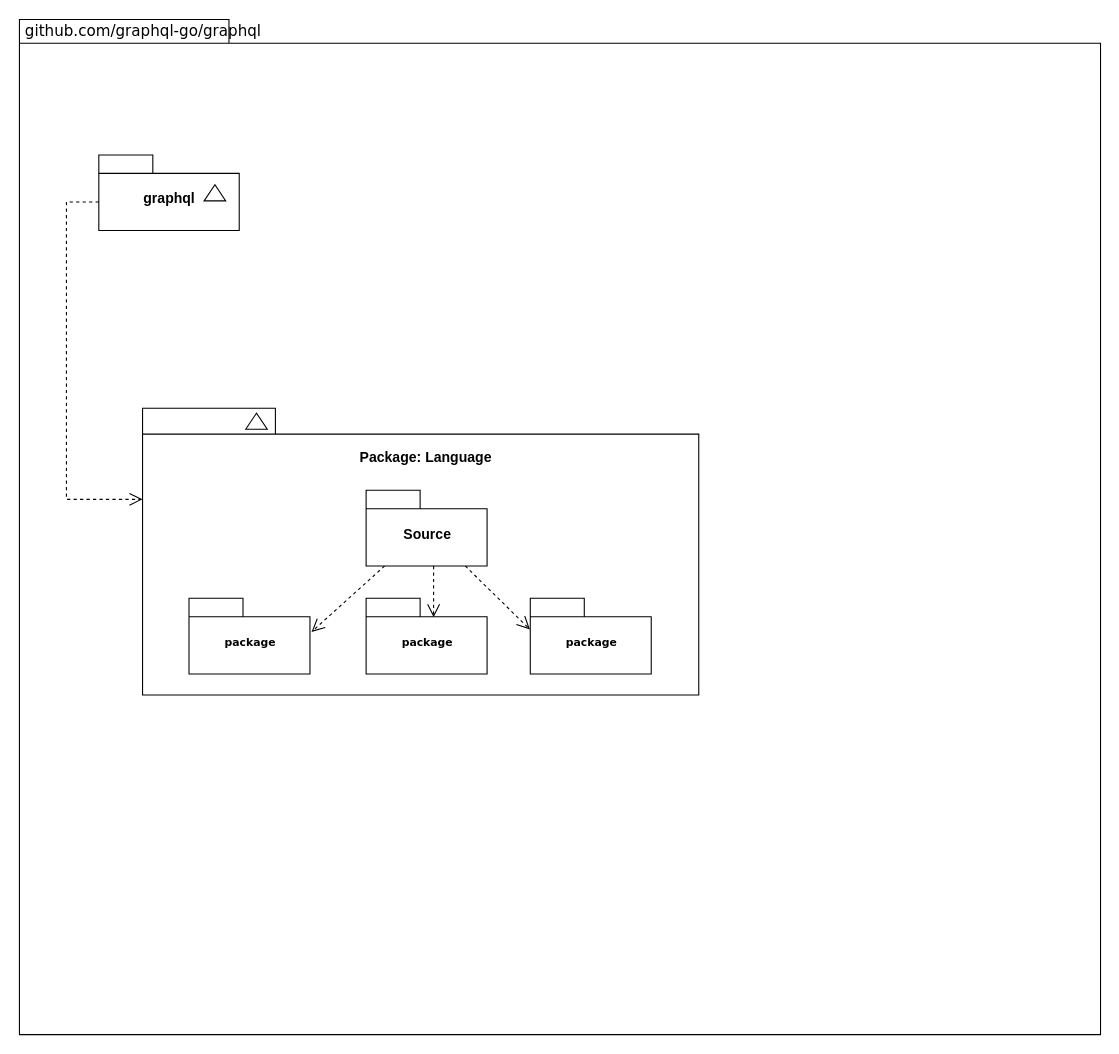
This is architecture/uml/packages/graphql-graphql-go-architecture-packages.drawio from chris-ramon/thesis-graphql-go, a draw.io file, before an edit. Source tidied: cells renumbered, new cells numbered last; positions are measured from the earlier drawing's top-left corner, leaving out a move shared by most shapes. Both pictures are drawn from the tidied source at 108%, with x=0, y=0 at pixel (18, 18).
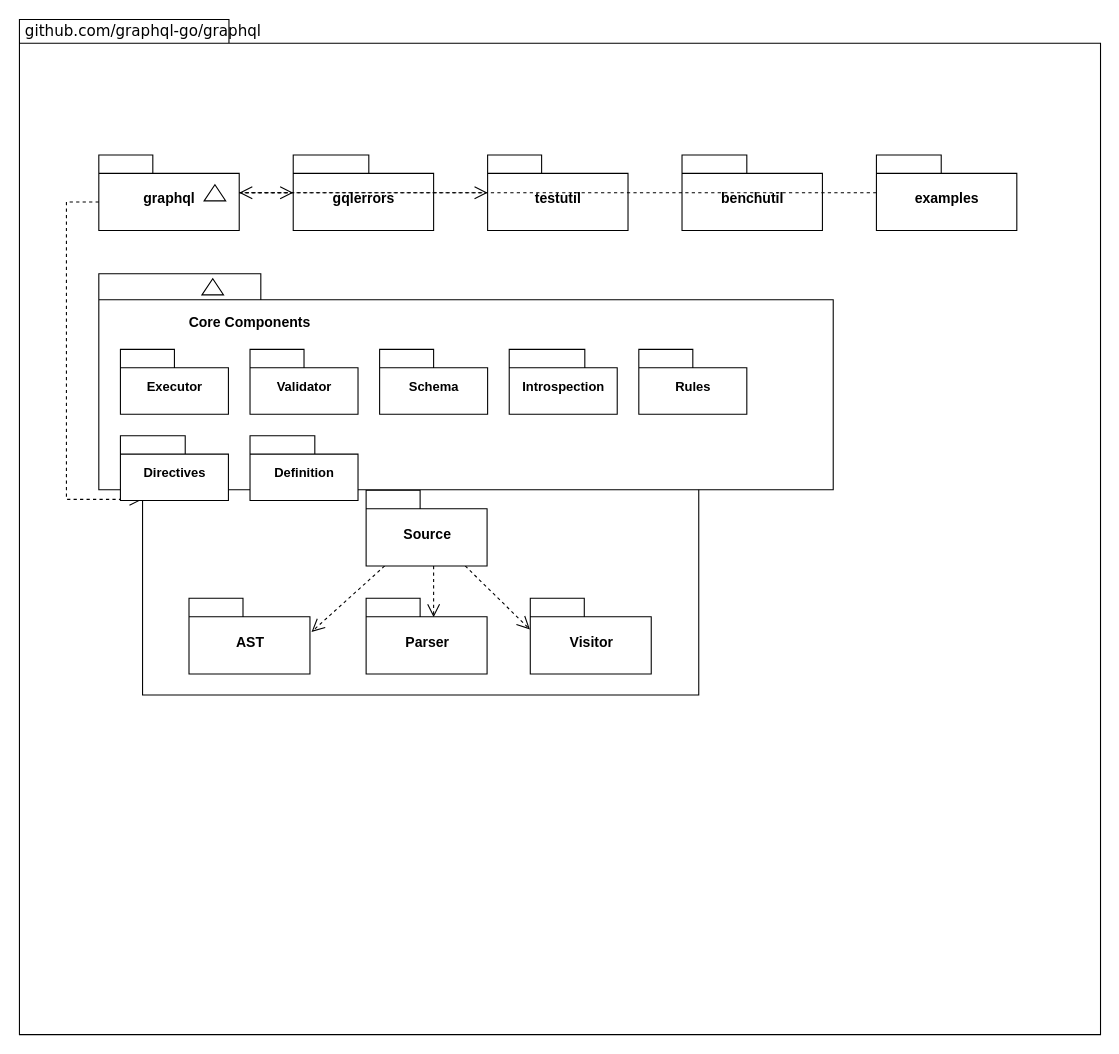
The same page after the edit.

Commit message:
Complete Packages UML diagram with all graphql-go/graphql packages

The change refers to these unchanged cells:
```xml
<mxCell id="4" value="&lt;font face=&quot;Helvetica&quot; style=&quot;font-size: 13px;&quot;&gt;graphql&lt;/font&gt;" style="shape=folder;fontStyle=1;spacingTop=10;tabWidth=50;tabHeight=17;tabPosition=left;html=1;rounded=0;shadow=0;comic=0;labelBackgroundColor=none;strokeWidth=1;fontFamily=Verdana;fontSize=10;align=center;" parent="3" vertex="1">
  <mxGeometry width="130" height="70" as="geometry" />
</mxCell>
```

Diff of the diagram source:
```diff
@@
-    <mxCell id="11" value="package" style="shape=folder;fontStyle=1;spacingTop=10;tabWidth=50;tabHeight=17;tabPosition=left;html=1;rounded=0;shadow=0;comic=0;labelBackgroundColor=none;strokeColor=#000000;strokeWidth=1;fillColor=#ffffff;fontFamily=Verdana;fontSize=10;fontColor=#000000;align=center;" parent="1" vertex="1">
+    <mxCell id="11" value="AST" style="shape=folder;fontStyle=1;spacingTop=10;tabWidth=50;tabHeight=17;tabPosition=left;html=1;rounded=0;shadow=0;comic=0;labelBackgroundColor=none;strokeColor=#000000;strokeWidth=1;fillColor=#ffffff;fontFamily=Helvetica;fontSize=13;fontColor=#000000;align=center;" parent="1" vertex="1">
       <mxGeometry x="157.5" y="536.5" width="112" height="70" as="geometry" />
     </mxCell>
-    <mxCell id="12" value="package" style="shape=folder;fontStyle=1;spacingTop=10;tabWidth=50;tabHeight=17;tabPosition=left;html=1;rounded=0;shadow=0;comic=0;labelBackgroundColor=none;strokeColor=#000000;strokeWidth=1;fillColor=#ffffff;fontFamily=Verdana;fontSize=10;fontColor=#000000;align=center;" parent="1" vertex="1">
+    <mxCell id="12" value="Parser" style="shape=folder;fontStyle=1;spacingTop=10;tabWidth=50;tabHeight=17;tabPosition=left;html=1;rounded=0;shadow=0;comic=0;labelBackgroundColor=none;strokeColor=#000000;strokeWidth=1;fillColor=#ffffff;fontFamily=Helvetica;fontSize=13;fontColor=#000000;align=center;" parent="1" vertex="1">
       <mxGeometry x="321.5" y="536.5" width="112" height="70" as="geometry" />
     </mxCell>
-    <mxCell id="13" value="package" style="shape=folder;fontStyle=1;spacingTop=10;tabWidth=50;tabHeight=17;tabPosition=left;html=1;rounded=0;shadow=0;comic=0;labelBackgroundColor=none;strokeColor=#000000;strokeWidth=1;fillColor=#ffffff;fontFamily=Verdana;fontSize=10;fontColor=#000000;align=center;" parent="1" vertex="1">
+    <mxCell id="13" value="Visitor" style="shape=folder;fontStyle=1;spacingTop=10;tabWidth=50;tabHeight=17;tabPosition=left;html=1;rounded=0;shadow=0;comic=0;labelBackgroundColor=none;strokeColor=#000000;strokeWidth=1;fillColor=#ffffff;fontFamily=Helvetica;fontSize=13;fontColor=#000000;align=center;" parent="1" vertex="1">
       <mxGeometry x="473.5" y="536.5" width="112" height="70" as="geometry" />
     </mxCell>
@@
+    <mxCell id="18" value="gqlerrors" style="shape=folder;fontStyle=1;spacingTop=10;tabWidth=70;tabHeight=17;tabPosition=left;html=1;rounded=0;shadow=0;comic=0;labelBackgroundColor=none;strokeColor=#000000;strokeWidth=1;fillColor=#ffffff;fontFamily=Helvetica;fontSize=13;fontColor=#000000;align=center;" parent="1" vertex="1">
+      <mxGeometry x="254" y="126" width="130" height="70" as="geometry" />
+    </mxCell>
+    <mxCell id="19" value="testutil" style="shape=folder;fontStyle=1;spacingTop=10;tabWidth=50;tabHeight=17;tabPosition=left;html=1;rounded=0;shadow=0;comic=0;labelBackgroundColor=none;strokeColor=#000000;strokeWidth=1;fillColor=#ffffff;fontFamily=Helvetica;fontSize=13;fontColor=#000000;align=center;" parent="1" vertex="1">
+      <mxGeometry x="434" y="126" width="130" height="70" as="geometry" />
+    </mxCell>
+    <mxCell id="20" value="benchutil" style="shape=folder;fontStyle=1;spacingTop=10;tabWidth=60;tabHeight=17;tabPosition=left;html=1;rounded=0;shadow=0;comic=0;labelBackgroundColor=none;strokeColor=#000000;strokeWidth=1;fillColor=#ffffff;fontFamily=Helvetica;fontSize=13;fontColor=#000000;align=center;" parent="1" vertex="1">
+      <mxGeometry x="614" y="126" width="130" height="70" as="geometry" />
+    </mxCell>
+    <mxCell id="21" value="examples" style="shape=folder;fontStyle=1;spacingTop=10;tabWidth=60;tabHeight=17;tabPosition=left;html=1;rounded=0;shadow=0;comic=0;labelBackgroundColor=none;strokeColor=#000000;strokeWidth=1;fillColor=#ffffff;fontFamily=Helvetica;fontSize=13;fontColor=#000000;align=center;" parent="1" vertex="1">
+      <mxGeometry x="794" y="126" width="130" height="70" as="geometry" />
+    </mxCell>
+    <mxCell id="22" style="shape=folder;fontStyle=1;spacingTop=10;tabWidth=150;tabHeight=24;tabPosition=left;html=1;rounded=0;shadow=0;comic=0;labelBackgroundColor=none;strokeColor=#000000;strokeWidth=1;fillColor=#ffffff;fontFamily=Verdana;fontSize=10;fontColor=#000000;align=center;" parent="1" vertex="1">
+      <mxGeometry x="74" y="236" width="680" height="200" as="geometry" />
+    </mxCell>
+    <mxCell id="23" value="Core Components" style="text;html=1;align=center;verticalAlign=middle;whiteSpace=wrap;rounded=0;fontStyle=1;fontSize=13;fontFamily=Helvetica;" parent="1" vertex="1">
+      <mxGeometry x="144" y="266" width="140" height="30" as="geometry" />
+    </mxCell>
+    <mxCell id="24" value="Executor" style="shape=folder;fontStyle=1;spacingTop=10;tabWidth=50;tabHeight=17;tabPosition=left;html=1;rounded=0;shadow=0;comic=0;labelBackgroundColor=none;strokeColor=#000000;strokeWidth=1;fillColor=#ffffff;fontFamily=Helvetica;fontSize=12;fontColor=#000000;align=center;" parent="1" vertex="1">
+      <mxGeometry x="94" y="306" width="100" height="60" as="geometry" />
+    </mxCell>
+    <mxCell id="25" value="Validator" style="shape=folder;fontStyle=1;spacingTop=10;tabWidth=50;tabHeight=17;tabPosition=left;html=1;rounded=0;shadow=0;comic=0;labelBackgroundColor=none;strokeColor=#000000;strokeWidth=1;fillColor=#ffffff;fontFamily=Helvetica;fontSize=12;fontColor=#000000;align=center;" parent="1" vertex="1">
+      <mxGeometry x="214" y="306" width="100" height="60" as="geometry" />
+    </mxCell>
+    <mxCell id="26" value="Schema" style="shape=folder;fontStyle=1;spacingTop=10;tabWidth=50;tabHeight=17;tabPosition=left;html=1;rounded=0;shadow=0;comic=0;labelBackgroundColor=none;strokeColor=#000000;strokeWidth=1;fillColor=#ffffff;fontFamily=Helvetica;fontSize=12;fontColor=#000000;align=center;" parent="1" vertex="1">
+      <mxGeometry x="334" y="306" width="100" height="60" as="geometry" />
+    </mxCell>
+    <mxCell id="27" value="Introspection" style="shape=folder;fontStyle=1;spacingTop=10;tabWidth=70;tabHeight=17;tabPosition=left;html=1;rounded=0;shadow=0;comic=0;labelBackgroundColor=none;strokeColor=#000000;strokeWidth=1;fillColor=#ffffff;fontFamily=Helvetica;fontSize=12;fontColor=#000000;align=center;" parent="1" vertex="1">
+      <mxGeometry x="454" y="306" width="100" height="60" as="geometry" />
+    </mxCell>
+    <mxCell id="28" value="Rules" style="shape=folder;fontStyle=1;spacingTop=10;tabWidth=50;tabHeight=17;tabPosition=left;html=1;rounded=0;shadow=0;comic=0;labelBackgroundColor=none;strokeColor=#000000;strokeWidth=1;fillColor=#ffffff;fontFamily=Helvetica;fontSize=12;fontColor=#000000;align=center;" parent="1" vertex="1">
+      <mxGeometry x="574" y="306" width="100" height="60" as="geometry" />
+    </mxCell>
+    <mxCell id="29" value="Directives" style="shape=folder;fontStyle=1;spacingTop=10;tabWidth=60;tabHeight=17;tabPosition=left;html=1;rounded=0;shadow=0;comic=0;labelBackgroundColor=none;strokeColor=#000000;strokeWidth=1;fillColor=#ffffff;fontFamily=Helvetica;fontSize=12;fontColor=#000000;align=center;" parent="1" vertex="1">
+      <mxGeometry x="94" y="386" width="100" height="60" as="geometry" />
+    </mxCell>
+    <mxCell id="30" value="Definition" style="shape=folder;fontStyle=1;spacingTop=10;tabWidth=60;tabHeight=17;tabPosition=left;html=1;rounded=0;shadow=0;comic=0;labelBackgroundColor=none;strokeColor=#000000;strokeWidth=1;fillColor=#ffffff;fontFamily=Helvetica;fontSize=12;fontColor=#000000;align=center;" parent="1" vertex="1">
+      <mxGeometry x="214" y="386" width="100" height="60" as="geometry" />
+    </mxCell>
+    <mxCell id="31" style="edgeStyle=orthogonalEdgeStyle;rounded=0;html=1;dashed=1;labelBackgroundColor=none;startFill=0;endArrow=open;endFill=0;endSize=10;fontFamily=Verdana;fontSize=10;" parent="1" edge="1" source="4" target="18">
+      <mxGeometry relative="1" as="geometry" />
+    </mxCell>
+    <mxCell id="32" style="edgeStyle=orthogonalEdgeStyle;rounded=0;html=1;dashed=1;labelBackgroundColor=none;startFill=0;endArrow=open;endFill=0;endSize=10;fontFamily=Verdana;fontSize=10;" parent="1" edge="1" source="4" target="19">
+      <mxGeometry relative="1" as="geometry" />
+    </mxCell>
+    <mxCell id="33" style="edgeStyle=orthogonalEdgeStyle;rounded=0;html=1;dashed=1;labelBackgroundColor=none;startFill=0;endArrow=open;endFill=0;endSize=10;fontFamily=Verdana;fontSize=10;" parent="1" edge="1" source="21" target="4">
+      <mxGeometry relative="1" as="geometry" />
+    </mxCell>
+    <mxCell id="34" style="triangle;whiteSpace=wrap;html=1;rounded=0;shadow=0;comic=0;labelBackgroundColor=none;strokeColor=#000000;strokeWidth=1;fillColor=#ffffff;fontFamily=Verdana;fontSize=10;fontColor=#000000;align=center;rotation=-90;" parent="1" vertex="1">
+      <mxGeometry x="172" y="238" width="15" height="20" as="geometry" />
+    </mxCell>
```
